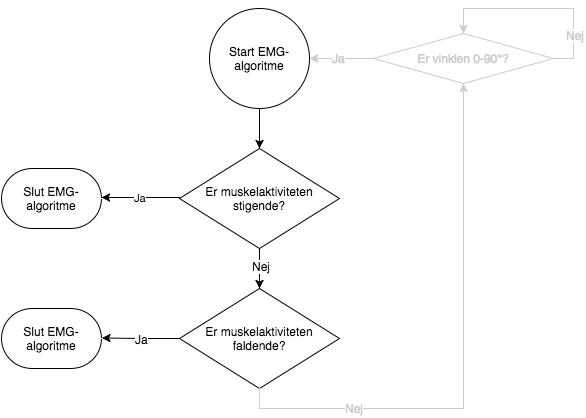
The draw.io diagram figures/implementering/EMG_algo.png in mariakroustrup/ST4, before a commit. Source tidied: cells renumbered, new cells last; positions are measured from the earlier drawing's top-left corner, leaving out a move shared by most shapes. Source of this version:
```xml
<mxGraphModel background="#ffffff">
  <root>
    <mxCell id="0" />
    <mxCell id="1" parent="0" />
    <mxCell id="2" value="Start EMG-algoritme" style="strokeWidth=1;html=1;shape=mxgraph.flowchart.start_2;whiteSpace=wrap;" parent="1" vertex="1">
      <mxGeometry x="208" width="100" height="100" as="geometry" />
    </mxCell>
    <mxCell id="3" value="Er muskelaktiviteten&lt;div&gt;stigende?&lt;/div&gt;" style="strokeWidth=1;html=1;shape=mxgraph.flowchart.decision;whiteSpace=wrap;" parent="1" vertex="1">
      <mxGeometry x="178" y="140" width="160" height="100" as="geometry" />
    </mxCell>
    <mxCell id="4" style="edgeStyle=orthogonalEdgeStyle;rounded=0;html=1;exitX=0.5;exitY=1;exitPerimeter=0;entryX=0.5;entryY=0;entryPerimeter=0;startSize=6;jettySize=auto;" parent="1" edge="1" source="2" target="3">
      <mxGeometry relative="1" as="geometry" />
    </mxCell>
    <mxCell id="5" value="Slut EMG-algoritme" style="strokeWidth=1;html=1;shape=mxgraph.flowchart.terminator;whiteSpace=wrap;" parent="1" vertex="1">
      <mxGeometry y="160" width="100" height="60" as="geometry" />
    </mxCell>
    <mxCell id="6" value="Ja" style="edgeStyle=orthogonalEdgeStyle;rounded=0;html=1;exitX=0;exitY=0.5;exitPerimeter=0;startSize=6;jettySize=auto;" parent="1" edge="1" source="3">
      <mxGeometry relative="1" as="geometry">
        <mxPoint x="100" y="189" as="targetPoint" />
        <Array as="points">
          <mxPoint x="150" y="189" />
          <mxPoint x="150" y="189" />
        </Array>
      </mxGeometry>
    </mxCell>
    <mxCell id="7" style="edgeStyle=orthogonalEdgeStyle;rounded=0;html=1;exitX=0.5;exitY=1;exitPerimeter=0;entryX=0.5;entryY=0;entryPerimeter=0;startSize=6;jettySize=auto;" parent="1" edge="1" target="11">
      <mxGeometry x="506" y="280" as="geometry">
        <mxPoint x="258" y="240" as="sourcePoint" />
      </mxGeometry>
    </mxCell>
    <mxCell id="8" value="Nej" style="text;html=1;align=center;verticalAlign=middle;labelBackgroundColor=#ffffff;" parent="7" vertex="1">
      <mxGeometry relative="1" as="geometry">
        <mxPoint x="1" y="-3" as="offset" />
      </mxGeometry>
    </mxCell>
    <mxCell id="9" style="edgeStyle=orthogonalEdgeStyle;rounded=0;html=1;exitX=0;exitY=0.5;exitPerimeter=0;entryX=1;entryY=0.5;entryPerimeter=0;startSize=6;jettySize=auto;" parent="1" edge="1" source="11">
      <mxGeometry x="373" y="370" as="geometry">
        <mxPoint x="100.4" y="329.5" as="targetPoint" />
      </mxGeometry>
    </mxCell>
    <mxCell id="10" value="Ja" style="text;html=1;align=center;verticalAlign=middle;labelBackgroundColor=#ffffff;" parent="9" vertex="1">
      <mxGeometry relative="1" as="geometry">
        <mxPoint x="1" as="offset" />
      </mxGeometry>
    </mxCell>
    <mxCell id="11" value="Er muskelaktiviteten&lt;div&gt;faldende?&lt;/div&gt;" style="strokeWidth=1;html=1;shape=mxgraph.flowchart.decision;whiteSpace=wrap;" parent="1" vertex="1">
      <mxGeometry x="178" y="280" width="160" height="100" as="geometry" />
    </mxCell>
    <mxCell id="12" value="Slut EMG-algoritme" style="strokeWidth=1;html=1;shape=mxgraph.flowchart.terminator;whiteSpace=wrap;" parent="1" vertex="1">
      <mxGeometry y="300" width="100" height="60" as="geometry" />
    </mxCell>
    <mxCell id="13" value="&lt;span&gt;&lt;font color=&quot;#cccccc&quot;&gt;Er vinklen 0-90°?&lt;/font&gt;&lt;/span&gt;" style="strokeWidth=1;html=1;shape=mxgraph.flowchart.decision;whiteSpace=wrap;strokeColor=#CCCCCC;" parent="1" vertex="1">
      <mxGeometry x="372" y="25" width="180" height="50" as="geometry" />
    </mxCell>
    <mxCell id="14" style="edgeStyle=orthogonalEdgeStyle;rounded=0;html=1;exitX=0.5;exitY=1;exitPerimeter=0;entryX=0.5;entryY=1;entryPerimeter=0;startSize=6;jettySize=auto;strokeColor=#CCCCCC;" parent="1" edge="1" source="11" target="13">
      <mxGeometry relative="1" as="geometry" />
    </mxCell>
    <mxCell id="15" value="Nej" style="text;html=1;align=center;verticalAlign=middle;labelBackgroundColor=#ffffff;fontColor=#CCCCCC;" parent="14" vertex="1">
      <mxGeometry x="0.2" y="-2" relative="1" as="geometry">
        <mxPoint x="-112" y="105" as="offset" />
      </mxGeometry>
    </mxCell>
    <mxCell id="16" style="edgeStyle=orthogonalEdgeStyle;rounded=0;html=1;exitX=0;exitY=0.5;exitPerimeter=0;entryX=1;entryY=0.5;entryPerimeter=0;startSize=6;jettySize=auto;strokeColor=#CCCCCC;" parent="1" edge="1" source="13" target="2">
      <mxGeometry relative="1" as="geometry" />
    </mxCell>
    <mxCell id="17" value="Ja" style="text;html=1;align=center;verticalAlign=middle;labelBackgroundColor=#ffffff;fontColor=#CCCCCC;" parent="16" vertex="1">
      <mxGeometry x="0.08" y="1" relative="1" as="geometry">
        <mxPoint y="-2" as="offset" />
      </mxGeometry>
    </mxCell>
    <mxCell id="18" style="edgeStyle=orthogonalEdgeStyle;rounded=0;html=1;exitX=1;exitY=0.5;exitPerimeter=0;entryX=0.5;entryY=0;entryPerimeter=0;startSize=6;jettySize=auto;orthogonalLoop=1;strokeColor=#CCCCCC;" parent="1" edge="1" source="13" target="13">
      <mxGeometry relative="1" as="geometry">
        <Array as="points">
          <mxPoint x="572" y="50" />
          <mxPoint x="572" />
          <mxPoint x="462" />
        </Array>
      </mxGeometry>
    </mxCell>
    <mxCell id="19" value="Nej" style="text;html=1;align=center;verticalAlign=middle;labelBackgroundColor=#ffffff;fontColor=#CCCCCC;" parent="18" vertex="1">
      <mxGeometry x="-0.57" y="-1" relative="1" as="geometry" />
    </mxCell>
  </root>
</mxGraphModel>
```
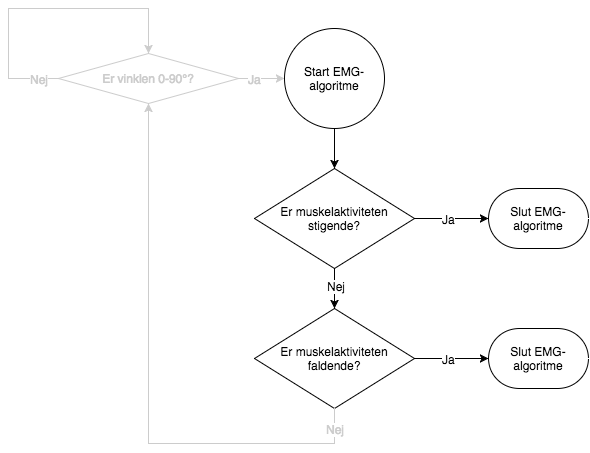
After the change.

Change to the diagram source:
```diff
@@ -12,17 +12,8 @@
       <mxGeometry relative="1" as="geometry" />
     </mxCell>
     <mxCell id="5" value="Slut EMG-algoritme" style="strokeWidth=1;html=1;shape=mxgraph.flowchart.terminator;whiteSpace=wrap;" parent="1" vertex="1">
-      <mxGeometry y="160" width="100" height="60" as="geometry" />
+      <mxGeometry x="412" y="160" width="100" height="60" as="geometry" />
     </mxCell>
-    <mxCell id="6" value="Ja" style="edgeStyle=orthogonalEdgeStyle;rounded=0;html=1;exitX=0;exitY=0.5;exitPerimeter=0;startSize=6;jettySize=auto;" parent="1" edge="1" source="3">
-      <mxGeometry relative="1" as="geometry">
-        <mxPoint x="100" y="189" as="targetPoint" />
-        <Array as="points">
-          <mxPoint x="150" y="189" />
-          <mxPoint x="150" y="189" />
-        </Array>
-      </mxGeometry>
-    </mxCell>
     <mxCell id="7" style="edgeStyle=orthogonalEdgeStyle;rounded=0;html=1;exitX=0.5;exitY=1;exitPerimeter=0;entryX=0.5;entryY=0;entryPerimeter=0;startSize=6;jettySize=auto;" parent="1" edge="1" target="11">
       <mxGeometry x="506" y="280" as="geometry">
         <mxPoint x="258" y="240" as="sourcePoint" />
@@ -33,52 +24,65 @@
         <mxPoint x="1" y="-3" as="offset" />
       </mxGeometry>
     </mxCell>
-    <mxCell id="9" style="edgeStyle=orthogonalEdgeStyle;rounded=0;html=1;exitX=0;exitY=0.5;exitPerimeter=0;entryX=1;entryY=0.5;entryPerimeter=0;startSize=6;jettySize=auto;" parent="1" edge="1" source="11">
-      <mxGeometry x="373" y="370" as="geometry">
-        <mxPoint x="100.4" y="329.5" as="targetPoint" />
-      </mxGeometry>
-    </mxCell>
-    <mxCell id="10" value="Ja" style="text;html=1;align=center;verticalAlign=middle;labelBackgroundColor=#ffffff;" parent="9" vertex="1">
-      <mxGeometry relative="1" as="geometry">
-        <mxPoint x="1" as="offset" />
-      </mxGeometry>
-    </mxCell>
     <mxCell id="11" value="Er muskelaktiviteten&lt;div&gt;faldende?&lt;/div&gt;" style="strokeWidth=1;html=1;shape=mxgraph.flowchart.decision;whiteSpace=wrap;" parent="1" vertex="1">
       <mxGeometry x="178" y="280" width="160" height="100" as="geometry" />
     </mxCell>
+    <mxCell id="13" value="&lt;span&gt;&lt;font color=&quot;#cccccc&quot;&gt;Er vinklen 0-90°?&lt;/font&gt;&lt;/span&gt;" style="strokeWidth=1;html=1;shape=mxgraph.flowchart.decision;whiteSpace=wrap;strokeColor=#CCCCCC;" parent="1" vertex="1">
+      <mxGeometry x="-18" y="25" width="180" height="50" as="geometry" />
+    </mxCell>
+    <mxCell id="20" style="edgeStyle=orthogonalEdgeStyle;rounded=0;html=1;jettySize=auto;strokeColor=#000000;" parent="1" edge="1" source="3" target="5">
+      <mxGeometry relative="1" as="geometry" />
+    </mxCell>
     <mxCell id="12" value="Slut EMG-algoritme" style="strokeWidth=1;html=1;shape=mxgraph.flowchart.terminator;whiteSpace=wrap;" parent="1" vertex="1">
-      <mxGeometry y="300" width="100" height="60" as="geometry" />
+      <mxGeometry x="412" y="300" width="100" height="60" as="geometry" />
     </mxCell>
-    <mxCell id="13" value="&lt;span&gt;&lt;font color=&quot;#cccccc&quot;&gt;Er vinklen 0-90°?&lt;/font&gt;&lt;/span&gt;" style="strokeWidth=1;html=1;shape=mxgraph.flowchart.decision;whiteSpace=wrap;strokeColor=#CCCCCC;" parent="1" vertex="1">
-      <mxGeometry x="372" y="25" width="180" height="50" as="geometry" />
-    </mxCell>
+    <mxCell id="21" style="edgeStyle=orthogonalEdgeStyle;rounded=0;html=1;jettySize=auto;strokeColor=#000000;" parent="1" edge="1" source="11" target="12">
+      <mxGeometry relative="1" as="geometry" />
+    </mxCell>
+    <mxCell id="22" value="Ja" style="text;html=1;align=center;verticalAlign=middle;labelBackgroundColor=#ffffff;" parent="21" vertex="1">
+      <mxGeometry x="-0.08" y="3" relative="1" as="geometry">
+        <mxPoint y="-137" as="offset" />
+      </mxGeometry>
+    </mxCell>
+    <mxCell id="23" value="Ja" style="text;html=1;align=center;verticalAlign=middle;labelBackgroundColor=#ffffff;" parent="21" vertex="1">
+      <mxGeometry y="-4" relative="1" as="geometry">
+        <mxPoint x="-3" y="-4" as="offset" />
+      </mxGeometry>
+    </mxCell>
+    <mxCell id="16" style="edgeStyle=orthogonalEdgeStyle;rounded=0;html=1;jettySize=auto;strokeColor=#CCCCCC;" parent="1" edge="1" source="13" target="2">
+      <mxGeometry relative="1" as="geometry" />
+    </mxCell>
+    <mxCell id="24" value="&lt;font color=&quot;#cccccc&quot;&gt;Ja&lt;/font&gt;" style="text;html=1;align=center;verticalAlign=middle;labelBackgroundColor=#ffffff;" parent="16" vertex="1">
+      <mxGeometry x="0.04" relative="1" as="geometry">
+        <mxPoint x="-8" as="offset" />
+      </mxGeometry>
+    </mxCell>
-    <mxCell id="14" style="edgeStyle=orthogonalEdgeStyle;rounded=0;html=1;exitX=0.5;exitY=1;exitPerimeter=0;entryX=0.5;entryY=1;entryPerimeter=0;startSize=6;jettySize=auto;strokeColor=#CCCCCC;" parent="1" edge="1" source="11" target="13">
-      <mxGeometry relative="1" as="geometry" />
+    <mxCell id="14" style="edgeStyle=orthogonalEdgeStyle;rounded=0;html=1;jettySize=auto;strokeColor=#CCCCCC;entryX=0.5;entryY=1;entryPerimeter=0;" parent="1" edge="1" source="11" target="13">
+      <mxGeometry relative="1" as="geometry">
+        <Array as="points">
+          <mxPoint x="258" y="415" />
+          <mxPoint x="72" y="415" />
+        </Array>
+      </mxGeometry>
     </mxCell>
-    <mxCell id="15" value="Nej" style="text;html=1;align=center;verticalAlign=middle;labelBackgroundColor=#ffffff;fontColor=#CCCCCC;" parent="14" vertex="1">
-      <mxGeometry x="0.2" y="-2" relative="1" as="geometry">
-        <mxPoint x="-112" y="105" as="offset" />
-      </mxGeometry>
-    </mxCell>
-    <mxCell id="16" style="edgeStyle=orthogonalEdgeStyle;rounded=0;html=1;exitX=0;exitY=0.5;exitPerimeter=0;entryX=1;entryY=0.5;entryPerimeter=0;startSize=6;jettySize=auto;strokeColor=#CCCCCC;" parent="1" edge="1" source="13" target="2">
-      <mxGeometry relative="1" as="geometry" />
-    </mxCell>
-    <mxCell id="17" value="Ja" style="text;html=1;align=center;verticalAlign=middle;labelBackgroundColor=#ffffff;fontColor=#CCCCCC;" parent="16" vertex="1">
-      <mxGeometry x="0.08" y="1" relative="1" as="geometry">
-        <mxPoint y="-2" as="offset" />
-      </mxGeometry>
-    </mxCell>
+    <mxCell id="25" value="&lt;font color=&quot;#cccccc&quot;&gt;Nej&lt;/font&gt;" style="text;html=1;align=center;verticalAlign=middle;labelBackgroundColor=#ffffff;" parent="14" vertex="1">
+      <mxGeometry x="-0.91" y="4" relative="1" as="geometry">
+        <mxPoint x="-4" y="-5" as="offset" />
+      </mxGeometry>
+    </mxCell>
-    <mxCell id="18" style="edgeStyle=orthogonalEdgeStyle;rounded=0;html=1;exitX=1;exitY=0.5;exitPerimeter=0;entryX=0.5;entryY=0;entryPerimeter=0;startSize=6;jettySize=auto;orthogonalLoop=1;strokeColor=#CCCCCC;" parent="1" edge="1" source="13" target="13">
+    <mxCell id="18" style="edgeStyle=orthogonalEdgeStyle;rounded=0;html=1;jettySize=auto;orthogonalLoop=1;strokeColor=#CCCCCC;entryX=0.5;entryY=0;entryPerimeter=0;" parent="1" edge="1" source="13" target="13">
       <mxGeometry relative="1" as="geometry">
         <Array as="points">
-          <mxPoint x="572" y="50" />
-          <mxPoint x="572" />
-          <mxPoint x="462" />
+          <mxPoint x="-68" y="50" />
+          <mxPoint x="-68" y="-20" />
+          <mxPoint x="72" y="-20" />
         </Array>
       </mxGeometry>
     </mxCell>
-    <mxCell id="19" value="Nej" style="text;html=1;align=center;verticalAlign=middle;labelBackgroundColor=#ffffff;fontColor=#CCCCCC;" parent="18" vertex="1">
-      <mxGeometry x="-0.57" y="-1" relative="1" as="geometry" />
-    </mxCell>
+    <mxCell id="26" value="&lt;font color=&quot;#cccccc&quot;&gt;Nej&lt;/font&gt;" style="text;html=1;align=center;verticalAlign=middle;labelBackgroundColor=#ffffff;" parent="18" vertex="1">
+      <mxGeometry x="-0.84" y="2" relative="1" as="geometry">
+        <mxPoint x="5" y="-2" as="offset" />
+      </mxGeometry>
+    </mxCell>
   </root>
 </mxGraphModel>
```
